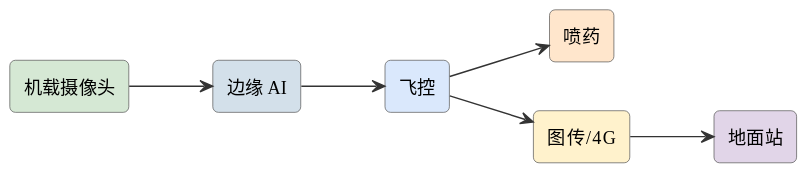
Above: assets/diagrams/ideas-fig32.svg in mingyi0818/IntelligentMcuCourse (PlantUML), before the change.
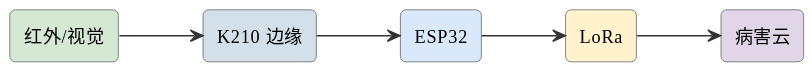
Above is the later version.

Diff of the diagram source:
```diff
@@ -6,15 +6,13 @@
 skinparam arrowFontSize 11
 skinparam arrowColor #333
 left to right direction
-rectangle "机载摄像头" as cam #d5e8d4
-rectangle "边缘 AI" as npu #d3e0ea
-rectangle "飞控" as fc #dae8fc
-rectangle "喷药" as spray #ffe6cc
-rectangle "图传/4G" as link #fff2cc
-rectangle "地面站" as gs #e1d5e8
-cam --> npu
-npu --> fc
-fc --> spray
-fc --> link
-link --> gs
+rectangle "红外/视觉" as ir #d5e8d4
+rectangle "K210 边缘" as k210 #d3e0ea
+rectangle "ESP32" as esp #dae8fc
+rectangle "LoRa" as lora #fff2cc
+rectangle "病害云" as cloud #e1d5e8
+ir --> k210
+k210 --> esp
+esp --> lora
+lora --> cloud
 @enduml
```
